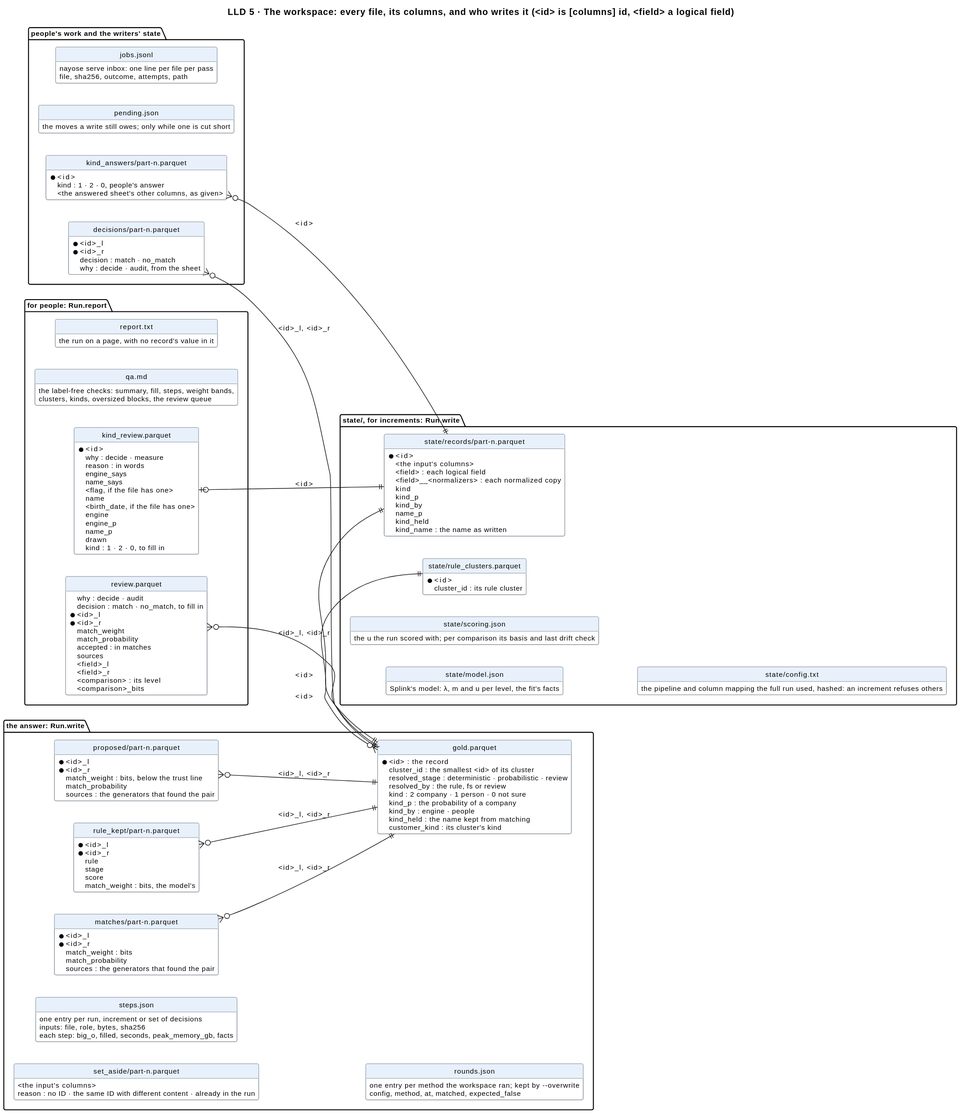
mvsbm/entity_matching keeps this PlantUML diagram as docs/diagrams/data.svg. Above is the earlier version.
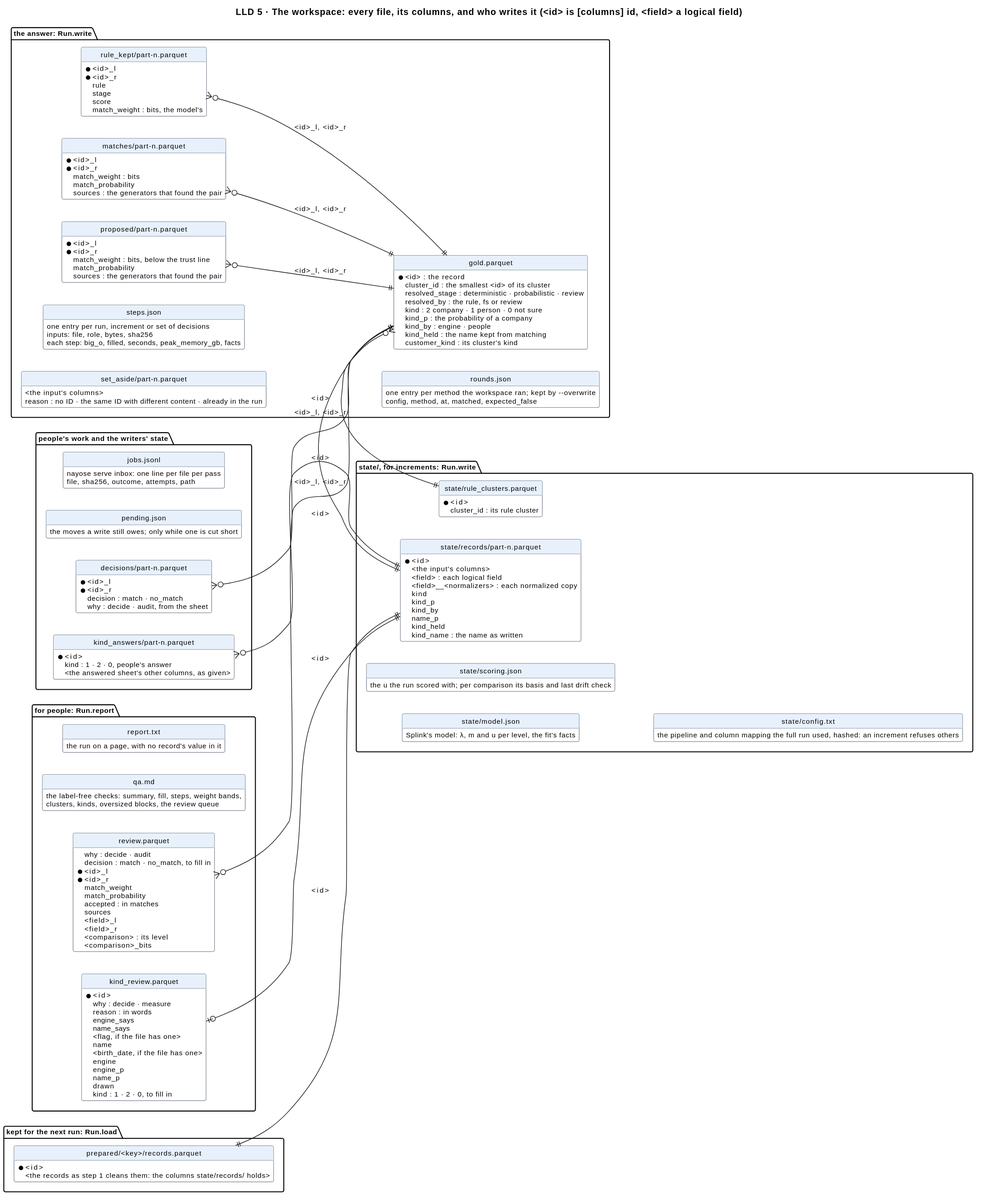
The same file after the commit.

What changed in the source:
```diff
@@ -89,6 +89,13 @@
   }
 }
 
+package "kept for the next run: Run.load" {
+  entity "prepared/<key>/records.parquet" as prepared {
+    * <id>
+    <the records as step 1 cleans them: the columns state/records/ holds>
+  }
+}
+
 package "for people: Run.report" {
   entity "review.parquet" as review {
     why : decide · audit
@@ -156,6 +163,7 @@
 proposed }o--|| gold : <id>_l, <id>_r
 records ||--|| gold : <id>
 kind_answers }o--|| records : <id>
+prepared ||--|| records : <id>
 review }o--|| gold : <id>_l, <id>_r
 kind_review |o--|| records : <id>
 decisions }o--|| gold : <id>_l, <id>_r
```
